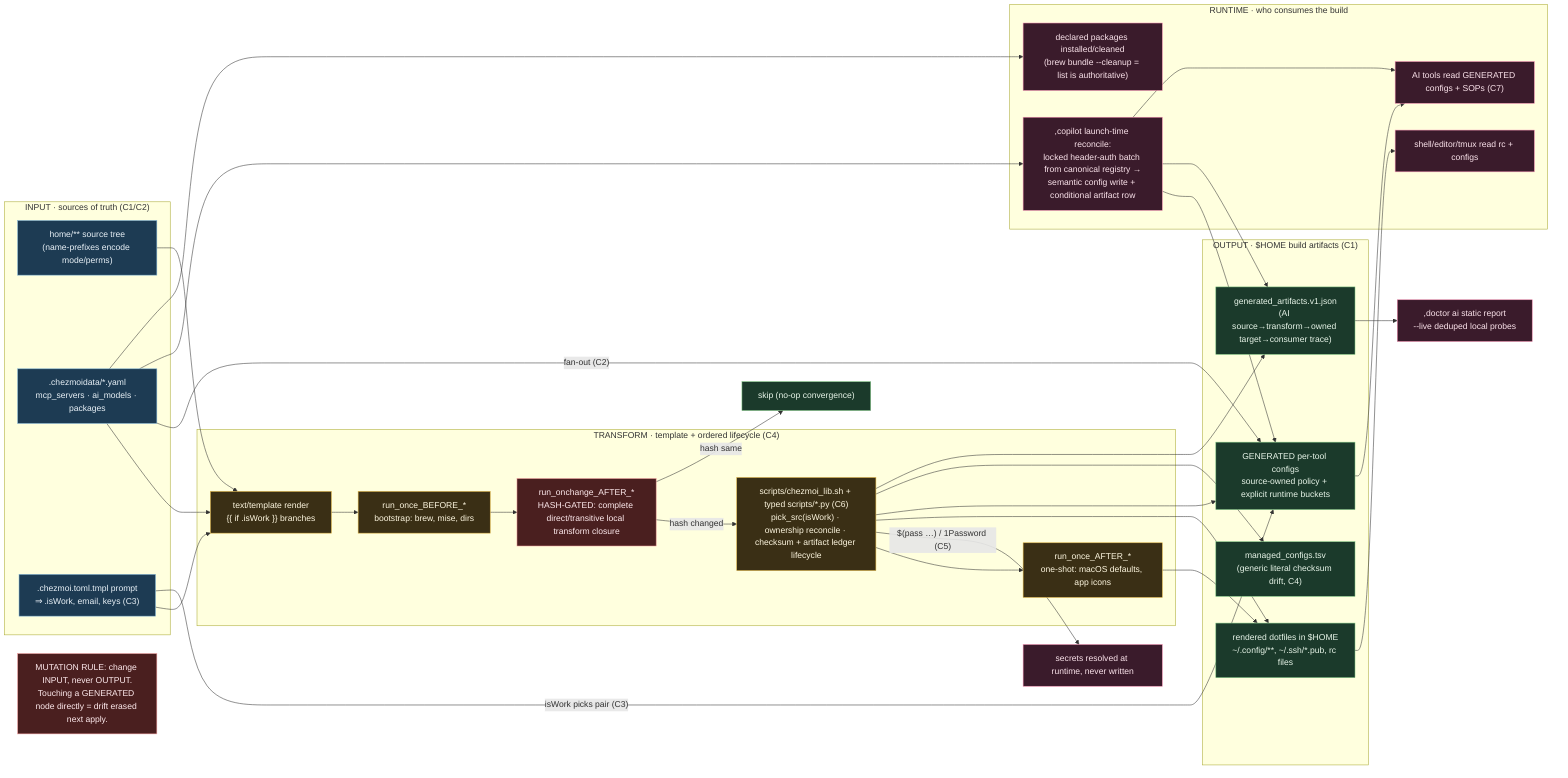
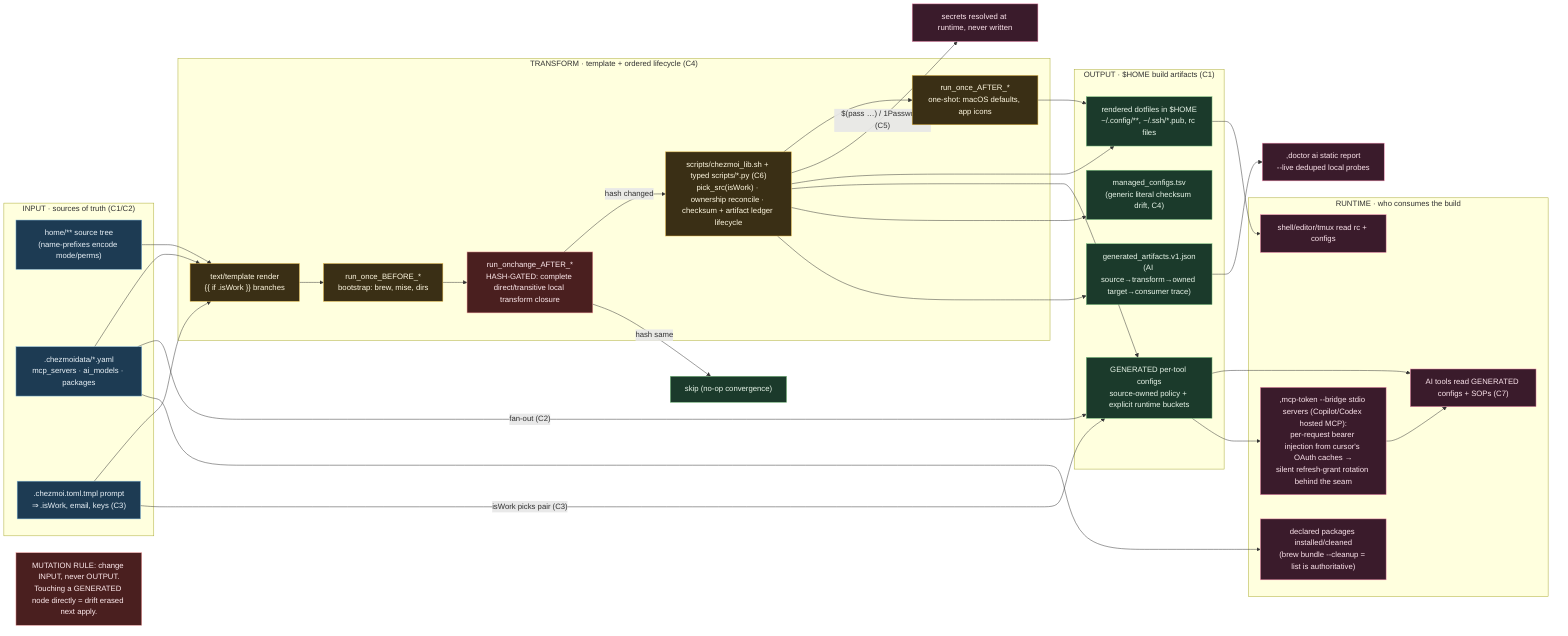
%% ============================================================================
%% S1-flow-apply-reconcile.mmd — FLOW: how a `chezmoi apply` actually converges.
%% Traces INPUT (source + data + init bool) → TRANSFORM (template + ordered hooks)
%% → OUTPUT ($HOME targets) → RUNTIME (what consumes them). Files are nodes ON the
%% flow, not a tree. Realizes concepts C1, C2, C3, C4, C5, C6. (drill: 01,02)
%% ============================================================================
flowchart LR
    classDef in fill:#1d3b53,stroke:#7fb3d5,color:#eaf2f8;
    classDef xf fill:#3a2f15,stroke:#e0b341,color:#fff8e1;
    classDef out fill:#1b3a2b,stroke:#81c784,color:#e8f5e9;
    classDef run fill:#3a1b2b,stroke:#f48fb1,color:#fce4ec;
    classDef gate fill:#4a1f1f,stroke:#ef9a9a,color:#ffebee;

    subgraph INPUT["INPUT · sources of truth (C1/C2)"]
        SRC["home/** source tree<br/>(name-prefixes encode mode/perms)"]:::in
        DATA[".chezmoidata/*.yaml<br/>mcp_servers · ai_models · packages"]:::in
        INIT[".chezmoi.toml.tmpl prompt<br/>⇒ .isWork, email, keys (C3)"]:::in
    end

    subgraph XFORM["TRANSFORM · template + ordered lifecycle (C4)"]
        TMPL["text/template render<br/>{{ if .isWork }} branches"]:::xf
        B["run_once_BEFORE_*<br/>bootstrap: brew, mise, dirs"]:::xf
        OC["run_onchange_AFTER_*<br/>HASH-GATED: complete direct/transitive local transform closure"]:::gate
        LIB["scripts/chezmoi_lib.sh + typed scripts/*.py (C6)<br/>pick_src(isWork) · ownership reconcile · checksum + artifact ledger lifecycle"]:::xf
        ONCE["run_once_AFTER_*<br/>one-shot: macOS defaults, app icons"]:::xf
    end

    subgraph OUTPUT["OUTPUT · $HOME build artifacts (C1)"]
        TGT["rendered dotfiles in $HOME<br/>~/.config/**, ~/.ssh/*.pub, rc files"]:::out
        GEN["GENERATED per-tool configs<br/>source-owned policy + explicit runtime buckets"]:::out
        MAN["managed_configs.tsv<br/>(generic literal checksum drift, C4)"]:::out
        ART["generated_artifacts.v1.json<br/>(AI source→transform→owned target→consumer trace)"]:::out
    end

    subgraph RUNTIME["RUNTIME · who consumes the build"]
        SH["shell/editor/tmux read rc + configs"]:::run
        AG["AI tools read GENERATED configs + SOPs (C7)"]:::run
-         CP[",copilot launch-time reconcile:<br/>locked header-auth batch from canonical registry →<br/>semantic config write + conditional artifact row"]:::run
+         BR[",mcp-token --bridge stdio servers (Copilot/Codex hosted MCP):<br/>per-request bearer injection from cursor's OAuth caches →<br/>silent refresh-grant rotation behind the seam"]:::run
        PKG["declared packages installed/cleaned<br/>(brew bundle --cleanup = list is authoritative)"]:::run
    end

    SRC --> TMPL
    DATA --> TMPL
    INIT --> TMPL
    TMPL --> B --> OC
    OC -->|hash changed| LIB
    OC -->|hash same| SKIP["skip (no-op convergence)"]:::out
    LIB --> ONCE
    LIB -->|"$(pass …) / 1Password (C5)"| SECRET["secrets resolved at runtime, never written"]:::run
    LIB --> TGT
    LIB --> GEN
    LIB --> MAN
    LIB --> ART
    ONCE --> TGT
    DATA -->|"fan-out (C2)"| GEN
    INIT -->|"isWork picks pair (C3)"| GEN

    TGT --> SH
    GEN --> AG
    ART --> DOC[",doctor ai static report<br/>--live deduped local probes"]:::run
-     DATA --> CP
-     CP --> GEN
-     CP --> ART
-     CP --> AG
+     GEN --> BR
+     BR --> AG
    DATA --> PKG

    NOTE["MUTATION RULE: change INPUT, never OUTPUT.<br/>Touching a GENERATED node directly = drift erased next apply."]:::gate
